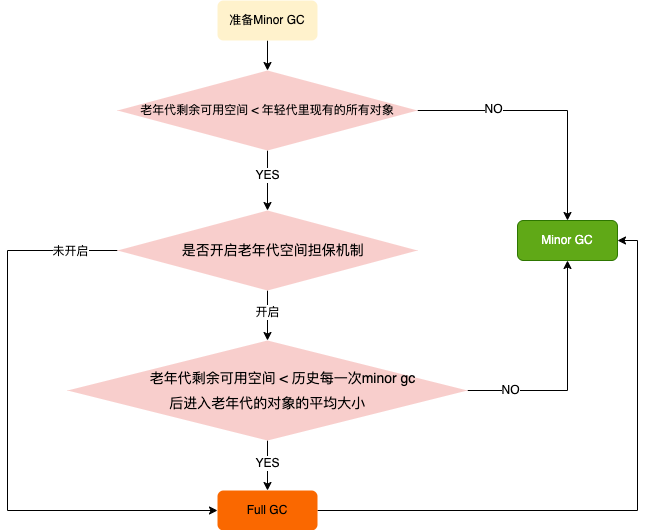
Earlier version of the draw.io export java/jvm/JVM-老年代空间担保机制.drawio.png (lihongyiyi/tech-visuals). Source tidied: cells renumbered, new cells last; positions are measured from the earlier drawing's top-left corner, leaving out a move shared by most shapes. The source it was exported from:
```xml
<mxGraphModel>
  <root>
    <mxCell id="0" />
    <mxCell id="1" parent="0" />
    <mxCell id="2" style="edgeStyle=orthogonalEdgeStyle;rounded=0;jettySize=auto;html=1;" parent="1" edge="1" source="3" target="8">
      <mxGeometry relative="1" as="geometry" />
    </mxCell>
    <mxCell id="3" value="准备Minor GC" style="rounded=1;whiteSpace=wrap;html=1;fillColor=#fff2cc;strokeColor=none;" parent="1" vertex="1">
      <mxGeometry x="210" width="100" height="40" as="geometry" />
    </mxCell>
    <mxCell id="4" style="edgeStyle=orthogonalEdgeStyle;rounded=0;jettySize=auto;html=1;" parent="1" edge="1" source="8" target="13">
      <mxGeometry relative="1" as="geometry" />
    </mxCell>
    <mxCell id="5" value="YES" style="edgeLabel;html=1;align=center;verticalAlign=middle;" parent="4" vertex="1">
      <mxGeometry x="-0.2" y="-1" relative="1" as="geometry" />
    </mxCell>
    <mxCell id="6" style="edgeStyle=orthogonalEdgeStyle;rounded=0;jettySize=auto;html=1;" parent="1" edge="1" source="8" target="21">
      <mxGeometry relative="1" as="geometry" />
    </mxCell>
    <mxCell id="7" value="NO" style="edgeLabel;html=1;align=center;verticalAlign=middle;" parent="6" vertex="1">
      <mxGeometry x="-0.42" y="2" relative="1" as="geometry" />
    </mxCell>
    <mxCell id="8" value="老年代剩余可用空间 &amp;lt;&amp;nbsp;年轻代里现有的所有对象" style="rhombus;whiteSpace=wrap;html=1;fillColor=#f8cecc;strokeColor=none;" parent="1" vertex="1">
      <mxGeometry x="110" y="70" width="300" height="80" as="geometry" />
    </mxCell>
    <mxCell id="9" style="edgeStyle=orthogonalEdgeStyle;rounded=0;jettySize=auto;html=1;" parent="1" edge="1" source="13" target="18">
      <mxGeometry relative="1" as="geometry" />
    </mxCell>
    <mxCell id="10" value="开启" style="edgeLabel;html=1;align=center;verticalAlign=middle;" parent="9" vertex="1">
      <mxGeometry x="-0.15" y="-1" relative="1" as="geometry" />
    </mxCell>
    <mxCell id="11" style="edgeStyle=orthogonalEdgeStyle;rounded=0;orthogonalLoop=1;jettySize=auto;html=1;entryX=0;entryY=0.75;entryDx=0;entryDy=0;exitX=0;exitY=0.5;exitDx=0;exitDy=0;" parent="1" edge="1">
      <mxGeometry relative="1" as="geometry">
        <mxPoint x="110" y="250" as="sourcePoint" />
        <mxPoint x="210" y="510" as="targetPoint" />
        <Array as="points">
          <mxPoint y="250" />
          <mxPoint y="510" />
        </Array>
      </mxGeometry>
    </mxCell>
    <mxCell id="12" value="未开启" style="edgeLabel;html=1;align=center;verticalAlign=middle;" parent="11" vertex="1">
      <mxGeometry x="-0.83" y="3" relative="1" as="geometry">
        <mxPoint y="-3" as="offset" />
      </mxGeometry>
    </mxCell>
    <mxCell id="13" value="&lt;div style=&quot;line-height: 1.75; font-size: 14px; text-align: left;&quot;&gt;&amp;nbsp; &amp;nbsp;是否开启老年代空间担保机制&lt;/div&gt;" style="rhombus;whiteSpace=wrap;html=1;fillColor=#f8cecc;strokeColor=none;" parent="1" vertex="1">
      <mxGeometry x="110" y="210" width="300" height="80" as="geometry" />
    </mxCell>
    <mxCell id="14" style="edgeStyle=orthogonalEdgeStyle;rounded=0;jettySize=auto;html=1;" parent="1" edge="1" source="18" target="20">
      <mxGeometry relative="1" as="geometry" />
    </mxCell>
    <mxCell id="15" value="YES" style="edgeLabel;html=1;align=center;verticalAlign=middle;" parent="14" vertex="1">
      <mxGeometry x="-0.13" y="-1" relative="1" as="geometry" />
    </mxCell>
    <mxCell id="16" style="edgeStyle=orthogonalEdgeStyle;rounded=0;jettySize=auto;html=1;entryX=0.5;entryY=1;entryDx=0;entryDy=0;" parent="1" edge="1" source="18" target="21">
      <mxGeometry relative="1" as="geometry" />
    </mxCell>
    <mxCell id="17" value="NO" style="edgeLabel;html=1;align=center;verticalAlign=middle;" parent="16" vertex="1">
      <mxGeometry x="-0.64" y="1" relative="1" as="geometry" />
    </mxCell>
    <mxCell id="18" value="&lt;div style=&quot;line-height: 1.75; font-size: 14px; text-align: left;&quot;&gt;&amp;nbsp; &amp;nbsp; &amp;nbsp; &amp;nbsp; 老年代剩余可用空间 &amp;lt; 历史每一次minor gc&lt;/div&gt;&lt;div style=&quot;line-height: 1.75; text-align: left;&quot;&gt;&lt;span style=&quot;font-size: 14px;&quot;&gt;&amp;nbsp; &amp;nbsp; &amp;nbsp; &amp;nbsp; &amp;nbsp; &amp;nbsp; &amp;nbsp;后进入老年代的对&lt;/span&gt;&lt;font style=&quot;font-size: 14px;&quot;&gt;象的平均大小&lt;/font&gt;&lt;/div&gt;" style="rhombus;whiteSpace=wrap;html=1;fillColor=#f8cecc;strokeColor=none;" parent="1" vertex="1">
      <mxGeometry x="60" y="340" width="400" height="100" as="geometry" />
    </mxCell>
    <mxCell id="19" style="edgeStyle=orthogonalEdgeStyle;rounded=0;jettySize=auto;html=1;entryX=1;entryY=0.5;entryDx=0;entryDy=0;" parent="1" edge="1" source="20" target="21">
      <mxGeometry relative="1" as="geometry" />
    </mxCell>
    <mxCell id="20" value="Full GC" style="rounded=1;whiteSpace=wrap;html=1;fillColor=#fa6800;strokeColor=none;fontColor=#000000;" parent="1" vertex="1">
      <mxGeometry x="210" y="490" width="100" height="40" as="geometry" />
    </mxCell>
    <mxCell id="21" value="Minor GC" style="rounded=1;whiteSpace=wrap;html=1;fillColor=#60a917;strokeColor=#2D7600;fontColor=#ffffff;" parent="1" vertex="1">
      <mxGeometry x="510" y="220" width="100" height="40" as="geometry" />
    </mxCell>
  </root>
</mxGraphModel>
```
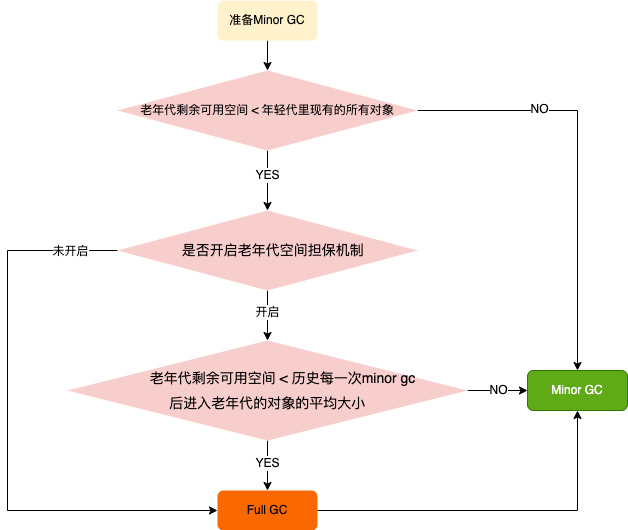
After the commit.

Commit message:
更新JVM-老年代空间担保机制.drawio.png

Change to the diagram source:
```diff
@@ -53,23 +53,25 @@
     <mxCell id="15" value="YES" style="edgeLabel;html=1;align=center;verticalAlign=middle;" parent="14" vertex="1">
       <mxGeometry x="-0.13" y="-1" relative="1" as="geometry" />
     </mxCell>
-    <mxCell id="16" style="edgeStyle=orthogonalEdgeStyle;rounded=0;jettySize=auto;html=1;entryX=0.5;entryY=1;entryDx=0;entryDy=0;" parent="1" edge="1" source="18" target="21">
+    <mxCell id="16" style="edgeStyle=orthogonalEdgeStyle;rounded=0;jettySize=auto;html=1;entryX=0;entryY=0.5;entryDx=0;entryDy=0;" parent="1" edge="1" source="18" target="21">
       <mxGeometry relative="1" as="geometry" />
     </mxCell>
     <mxCell id="17" value="NO" style="edgeLabel;html=1;align=center;verticalAlign=middle;" parent="16" vertex="1">
-      <mxGeometry x="-0.64" y="1" relative="1" as="geometry" />
+      <mxGeometry x="-0.64" y="1" relative="1" as="geometry">
+        <mxPoint x="19" as="offset" />
+      </mxGeometry>
     </mxCell>
     <mxCell id="18" value="&lt;div style=&quot;line-height: 1.75; font-size: 14px; text-align: left;&quot;&gt;&amp;nbsp; &amp;nbsp; &amp;nbsp; &amp;nbsp; 老年代剩余可用空间 &amp;lt; 历史每一次minor gc&lt;/div&gt;&lt;div style=&quot;line-height: 1.75; text-align: left;&quot;&gt;&lt;span style=&quot;font-size: 14px;&quot;&gt;&amp;nbsp; &amp;nbsp; &amp;nbsp; &amp;nbsp; &amp;nbsp; &amp;nbsp; &amp;nbsp;后进入老年代的对&lt;/span&gt;&lt;font style=&quot;font-size: 14px;&quot;&gt;象的平均大小&lt;/font&gt;&lt;/div&gt;" style="rhombus;whiteSpace=wrap;html=1;fillColor=#f8cecc;strokeColor=none;" parent="1" vertex="1">
       <mxGeometry x="60" y="340" width="400" height="100" as="geometry" />
     </mxCell>
-    <mxCell id="19" style="edgeStyle=orthogonalEdgeStyle;rounded=0;jettySize=auto;html=1;entryX=1;entryY=0.5;entryDx=0;entryDy=0;" parent="1" edge="1" source="20" target="21">
+    <mxCell id="19" style="edgeStyle=orthogonalEdgeStyle;rounded=0;jettySize=auto;html=1;entryX=0.5;entryY=1;entryDx=0;entryDy=0;" parent="1" edge="1" source="20" target="21">
       <mxGeometry relative="1" as="geometry" />
     </mxCell>
     <mxCell id="20" value="Full GC" style="rounded=1;whiteSpace=wrap;html=1;fillColor=#fa6800;strokeColor=none;fontColor=#000000;" parent="1" vertex="1">
       <mxGeometry x="210" y="490" width="100" height="40" as="geometry" />
     </mxCell>
     <mxCell id="21" value="Minor GC" style="rounded=1;whiteSpace=wrap;html=1;fillColor=#60a917;strokeColor=#2D7600;fontColor=#ffffff;" parent="1" vertex="1">
-      <mxGeometry x="510" y="220" width="100" height="40" as="geometry" />
+      <mxGeometry x="520" y="370" width="100" height="40" as="geometry" />
     </mxCell>
   </root>
 </mxGraphModel>
```
